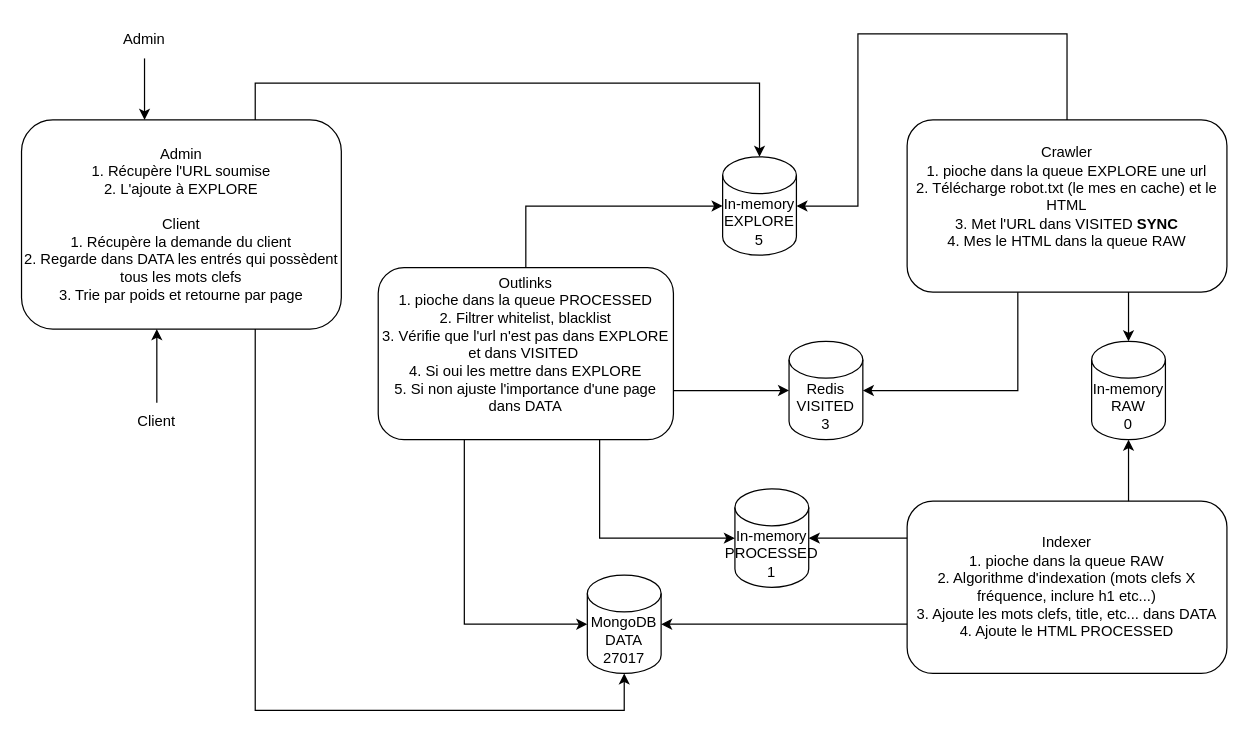
Okynawah/Beyla keeps this draw.io diagram as beyla.drawio. Above is the earlier version. Source tidied: cells renumbered, new cells numbered last; positions are measured from the earlier drawing's top-left corner, leaving out a move shared by most shapes. Both pictures are drawn from the tidied source at 123%, with x=0, y=0 at pixel (21, 21).
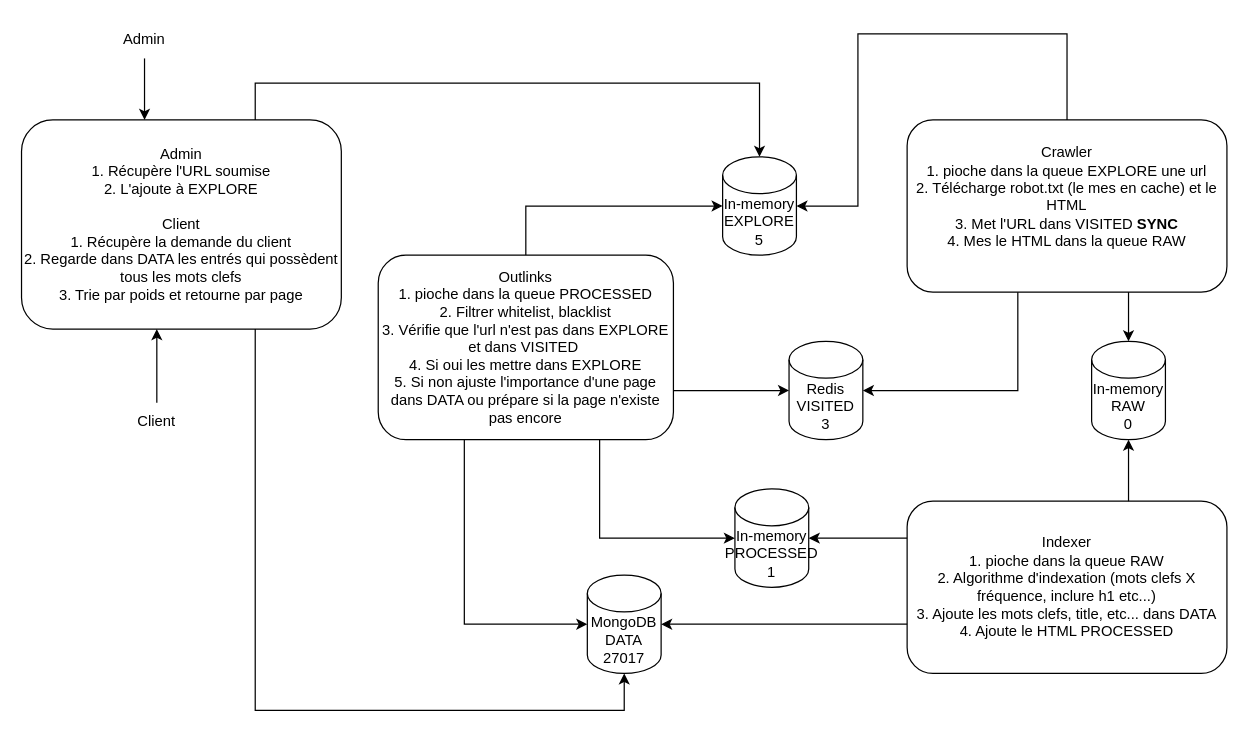
The same page after the edit.

Change to the diagram source:
```diff
@@
-    <mxCell id="14" value="Outlinks&lt;div&gt;1. pioche dans la queue PROCESSED&lt;/div&gt;&lt;div&gt;&lt;span style=&quot;background-color: transparent; color: light-dark(rgb(0, 0, 0), rgb(255, 255, 255));&quot;&gt;2. Filtrer whitelist, blacklist&lt;/span&gt;&lt;/div&gt;&lt;div&gt;&lt;span style=&quot;background-color: transparent; color: light-dark(rgb(0, 0, 0), rgb(255, 255, 255));&quot;&gt;3. Vérifie que l'url n'est pas dans EXPLORE et dans VISITED&amp;nbsp;&lt;/span&gt;&lt;/div&gt;&lt;div&gt;4. Si oui&lt;span style=&quot;background-color: transparent; color: light-dark(rgb(0, 0, 0), rgb(255, 255, 255));&quot;&gt;&amp;nbsp;&lt;/span&gt;&lt;span style=&quot;background-color: transparent; color: light-dark(rgb(0, 0, 0), rgb(255, 255, 255));&quot;&gt;les mettre dans EXPLORE&lt;/span&gt;&lt;/div&gt;&lt;div&gt;&lt;span style=&quot;background-color: transparent; color: light-dark(rgb(0, 0, 0), rgb(255, 255, 255));&quot;&gt;5. Si non&amp;nbsp;&lt;/span&gt;&lt;span style=&quot;background-color: transparent; color: light-dark(rgb(0, 0, 0), rgb(255, 255, 255));&quot;&gt;ajuste l'importance d'une page dans DATA&lt;/span&gt;&lt;/div&gt;&lt;div&gt;&lt;br&gt;&lt;/div&gt;" style="rounded=1;whiteSpace=wrap;html=1;" parent="1" vertex="1">
-      <mxGeometry x="290" y="200" width="240" height="140" as="geometry" />
+    <mxCell id="14" value="Outlinks&lt;div&gt;1. pioche dans la queue PROCESSED&lt;/div&gt;&lt;div&gt;&lt;span style=&quot;background-color: transparent; color: light-dark(rgb(0, 0, 0), rgb(255, 255, 255));&quot;&gt;2. Filtrer whitelist, blacklist&lt;/span&gt;&lt;/div&gt;&lt;div&gt;&lt;span style=&quot;background-color: transparent; color: light-dark(rgb(0, 0, 0), rgb(255, 255, 255));&quot;&gt;3. Vérifie que l'url n'est pas dans EXPLORE et dans VISITED&amp;nbsp;&lt;/span&gt;&lt;/div&gt;&lt;div&gt;4. Si oui&lt;span style=&quot;background-color: transparent; color: light-dark(rgb(0, 0, 0), rgb(255, 255, 255));&quot;&gt;&amp;nbsp;&lt;/span&gt;&lt;span style=&quot;background-color: transparent; color: light-dark(rgb(0, 0, 0), rgb(255, 255, 255));&quot;&gt;les mettre dans EXPLORE&lt;/span&gt;&lt;/div&gt;&lt;div&gt;&lt;span style=&quot;background-color: transparent; color: light-dark(rgb(0, 0, 0), rgb(255, 255, 255));&quot;&gt;5. Si non&amp;nbsp;&lt;/span&gt;&lt;span style=&quot;background-color: transparent; color: light-dark(rgb(0, 0, 0), rgb(255, 255, 255));&quot;&gt;ajuste l'importance d'une page dans DATA ou prépare si la page n'existe pas encore&lt;/span&gt;&lt;/div&gt;" style="rounded=1;whiteSpace=wrap;html=1;" parent="1" vertex="1">
+      <mxGeometry x="290" y="190" width="240" height="150" as="geometry" />
     </mxCell>
```
